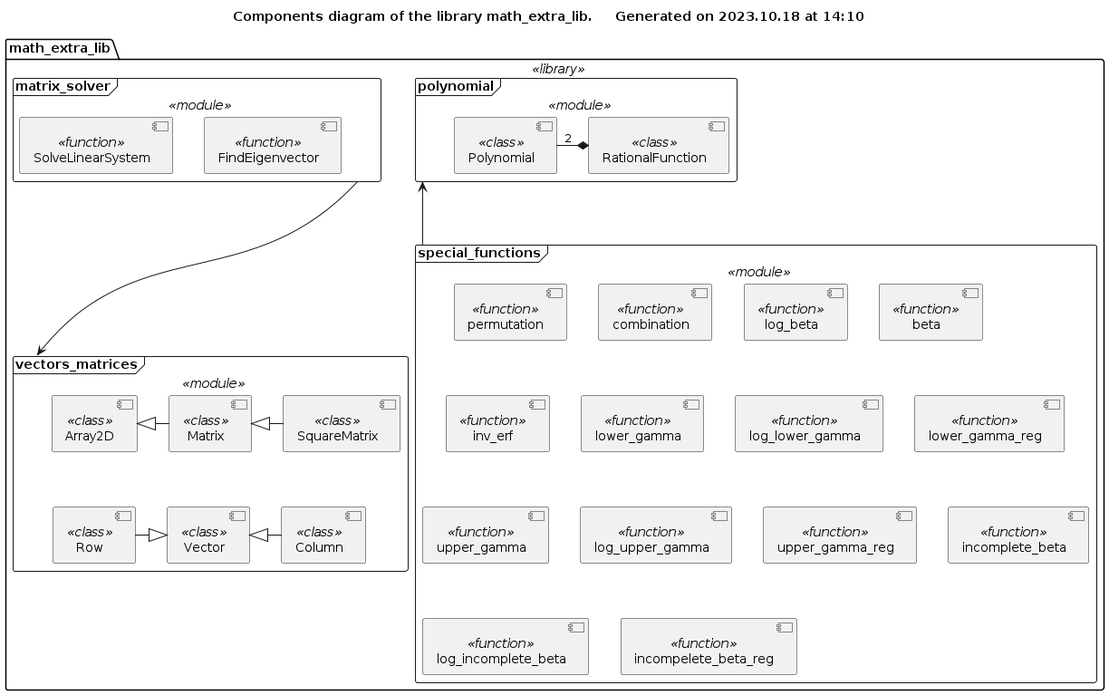
The PlantUML diagram Documentation/UML/library_components.png in FooBarShebang/math_extra_lib, before a commit.
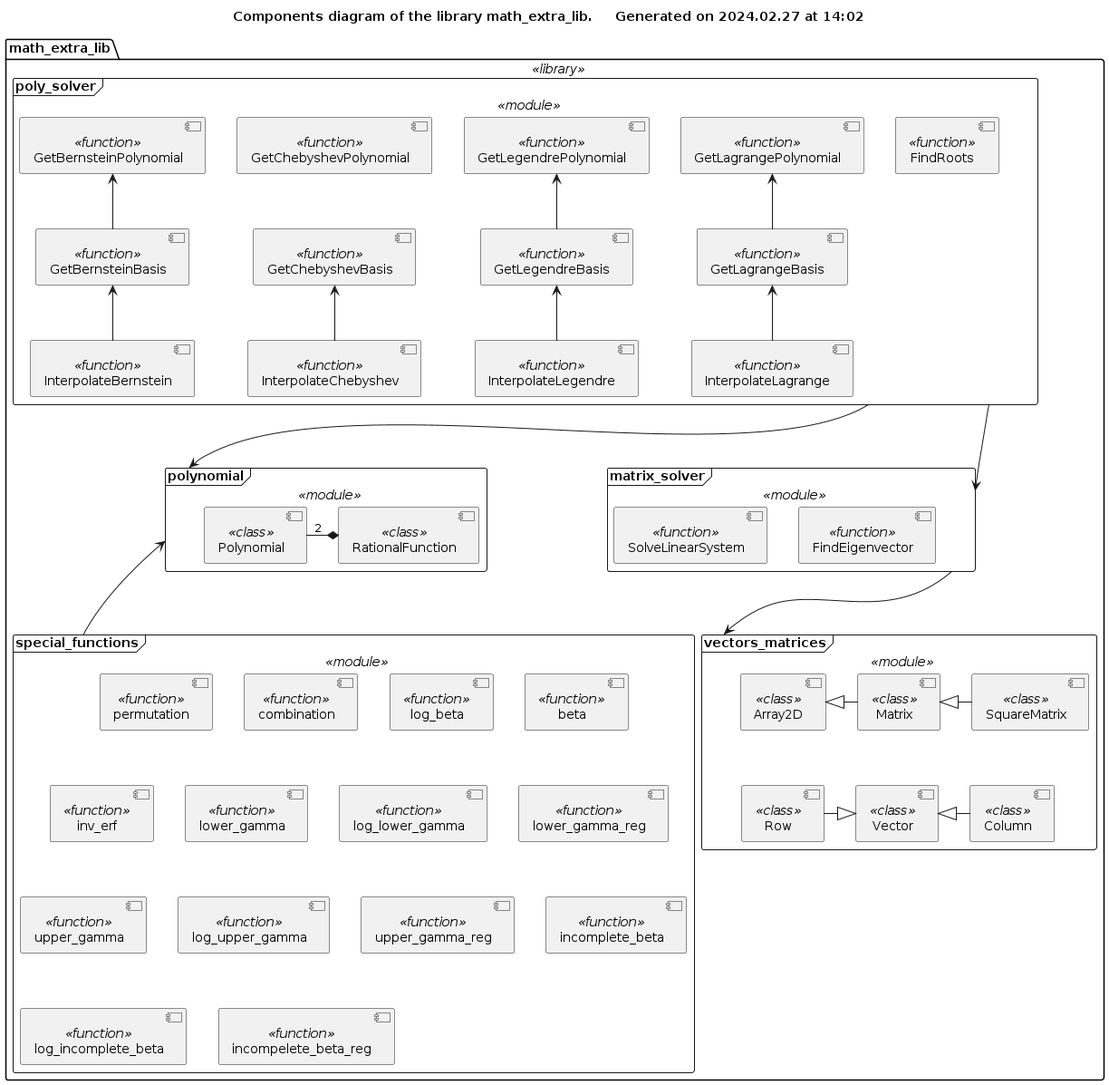
Above is the later version.

What changed in the source:
```diff
@@ -25,6 +25,14 @@
         !include ./matrix_solver/matrix_solver_components.iuml
     !endif
 
-    matrix_solver ----> vectors_matrices
+    matrix_solver ---> vectors_matrices
+
+    !if $is_not_defined("$POLY_SOLVER")
+        !include ./poly_solver/poly_solver_components.iuml
+    !endif
+
+    poly_solver -----> matrix_solver
+
+    poly_solver -----> polynomial
 }
 @enduml
```
